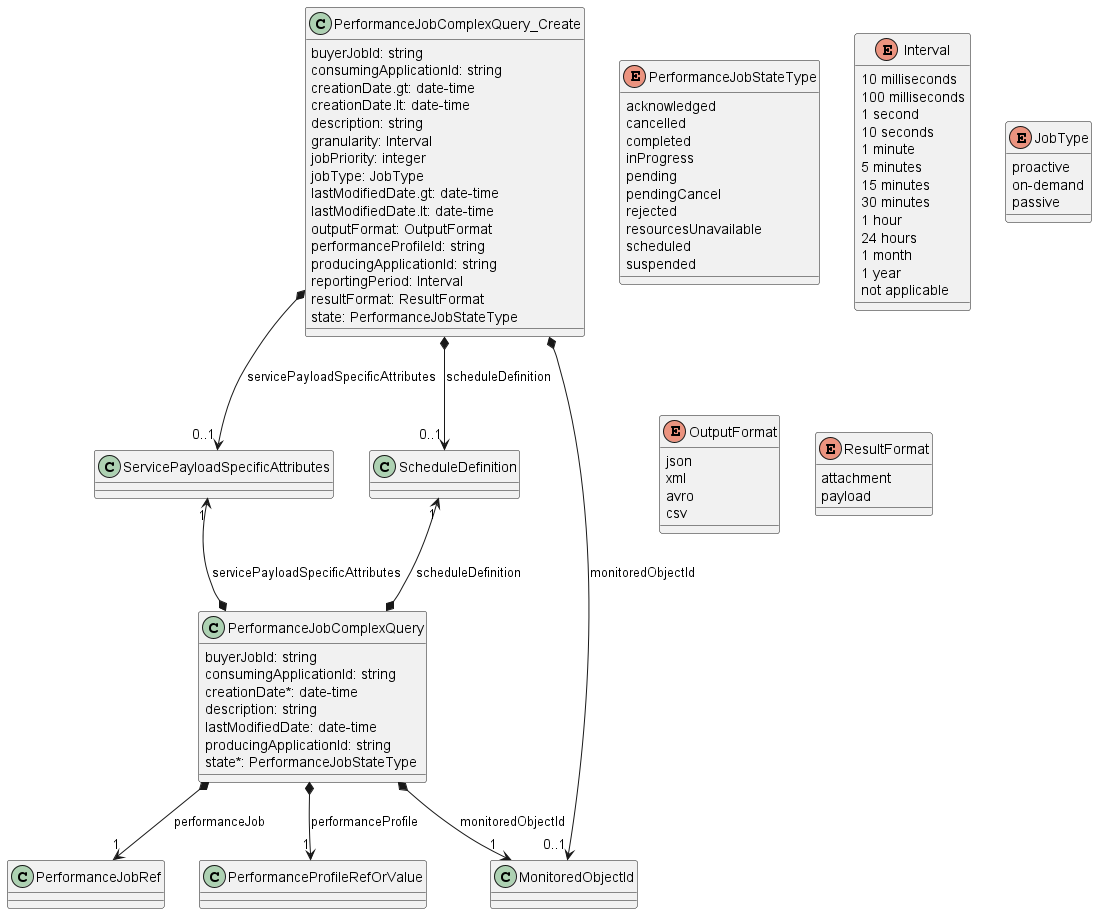
MEF-GIT/MEF-LSO-Legato-SDK keeps this PlantUML diagram as documentation/serviceApi/pm/performance/media/performanceJobComplexQueryModel.png. Above is the earlier version.
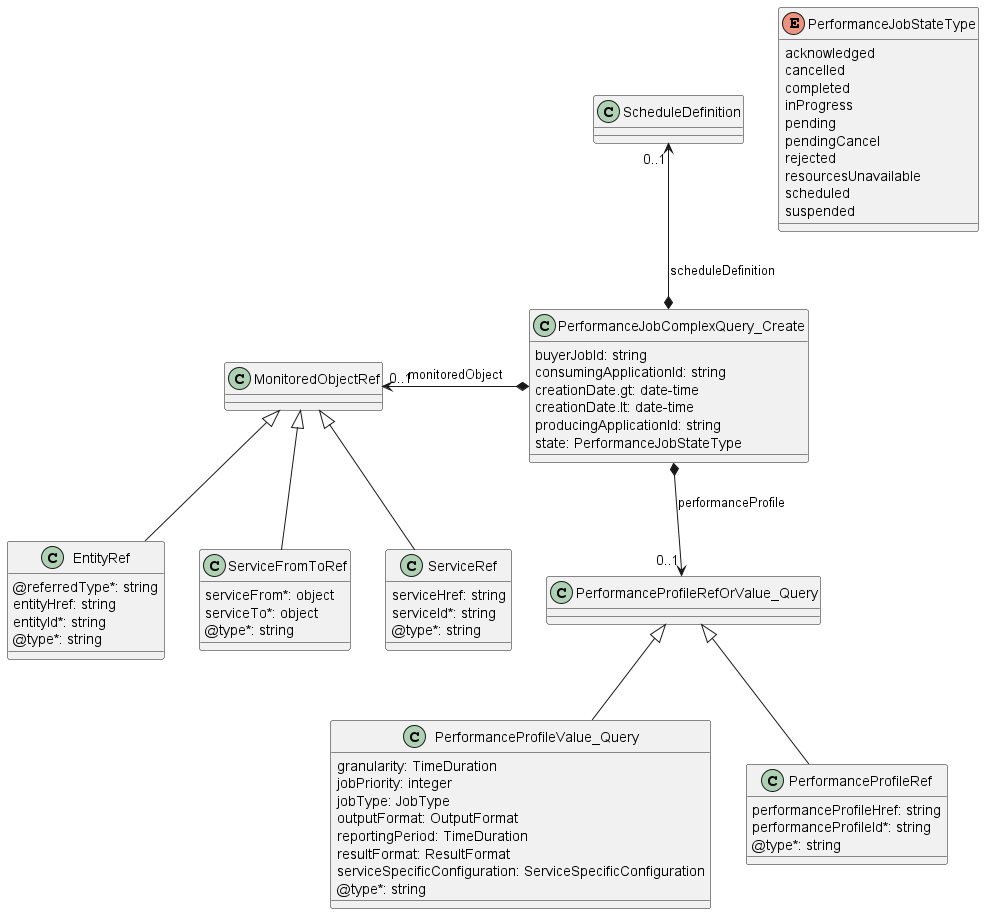
Above is the later version.

What changed in the source:
```diff
@@ -1,21 +1,4 @@
 @startuml performanceJobComplexQueryModel
-
-class PerformanceJobComplexQuery {
-
-    buyerJobId: string
-    consumingApplicationId: string
-    creationDate*: date-time
-    description: string
-    lastModifiedDate: date-time
-    producingApplicationId: string
-    state*: PerformanceJobStateType
-}
-
-PerformanceJobComplexQuery *-->"1" MonitoredObjectId : monitoredObjectId
-PerformanceJobComplexQuery *-->"1" PerformanceJobRef : performanceJob
-PerformanceJobComplexQuery *-->"1" PerformanceProfileRefOrValue : performanceProfile
-PerformanceJobComplexQuery *-u->"1" ScheduleDefinition : scheduleDefinition
-PerformanceJobComplexQuery *-u->"1" ServicePayloadSpecificAttributes : servicePayloadSpecificAttributes
 
 
 class PerformanceJobComplexQuery_Create {
@@ -24,23 +7,39 @@
     consumingApplicationId: string
     creationDate.gt: date-time
     creationDate.lt: date-time
-    description: string
-    granularity: Interval
-    jobPriority: integer
-    jobType: JobType
-    lastModifiedDate.gt: date-time
-    lastModifiedDate.lt: date-time
-    outputFormat: OutputFormat
-    performanceProfileId: string
     producingApplicationId: string
-    reportingPeriod: Interval
-    resultFormat: ResultFormat
     state: PerformanceJobStateType
 }
 
-PerformanceJobComplexQuery_Create *-->"0..1" MonitoredObjectId : monitoredObjectId
-PerformanceJobComplexQuery_Create *-->"0..1" ScheduleDefinition : scheduleDefinition
-PerformanceJobComplexQuery_Create *-->"0..1" ServicePayloadSpecificAttributes : servicePayloadSpecificAttributes
+PerformanceJobComplexQuery_Create *-l-> "0..1" MonitoredObjectRef : monitoredObject
+PerformanceJobComplexQuery_Create *--> "0..1" PerformanceProfileRefOrValue_Query : performanceProfile
+PerformanceJobComplexQuery_Create *-u-> "0..1" ScheduleDefinition : scheduleDefinition
+
+class PerformanceProfileRefOrValue_Query {
+
+}
+
+class PerformanceProfileValue_Query {
+
+    granularity: TimeDuration
+    jobPriority: integer
+    jobType: JobType
+    outputFormat: OutputFormat
+    reportingPeriod: TimeDuration
+    resultFormat: ResultFormat
+    serviceSpecificConfiguration: ServiceSpecificConfiguration
+    @type*: string
+}
+
+class PerformanceProfileRef {
+
+    performanceProfileHref: string
+    performanceProfileId*: string
+    @type*: string
+}
+
+PerformanceProfileRefOrValue_Query <|-- PerformanceProfileRef
+PerformanceProfileRefOrValue_Query <|-- PerformanceProfileValue_Query
 
 enum PerformanceJobStateType {
 
@@ -56,39 +55,36 @@
     suspended
 }
 
-enum Interval {
+class MonitoredObjectRef {
 
-    10 milliseconds
-    100 milliseconds
-    1 second
-    10 seconds
-    1 minute
-    5 minutes
-    15 minutes
-    30 minutes
-    1 hour
-    24 hours
-    1 month
-    1 year
-    not applicable
-}
-enum JobType {
-
-    proactive
-    on-demand
-    passive
 }
 
-enum OutputFormat {
-    json
-    xml
-    avro
-    csv
+class EntityRef {
+
+    @referredType*: string
+    entityHref: string
+    entityId*: string
+    @type*: string
 }
 
-enum ResultFormat {
-    attachment
-    payload
+class ServiceFromToRef {
+
+    serviceFrom*: object
+    serviceTo*: object
+    @type*: string
 }
 
+
+
+class ServiceRef {
+
+    serviceHref: string
+    serviceId*: string
+    @type*: string
+}
+
+MonitoredObjectRef <|-- EntityRef
+MonitoredObjectRef <|-- ServiceFromToRef
+MonitoredObjectRef <|-- ServiceRef
+
 @enduml
```
